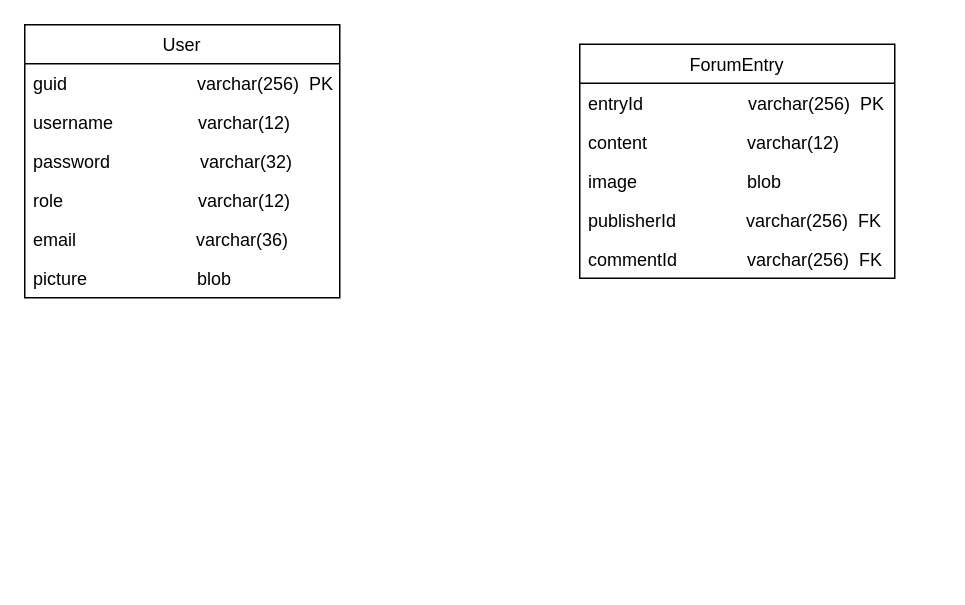
Above: Diagrama ER.drawio in Skyware-Developer/software3-apuntes (draw.io), before the change. Source tidied: cells renumbered, new cells numbered last; positions are measured from the earlier drawing's top-left corner, leaving out a move shared by most shapes. Both pictures are drawn from the tidied source at 150%, with x=0, y=0 at pixel (24, 24).
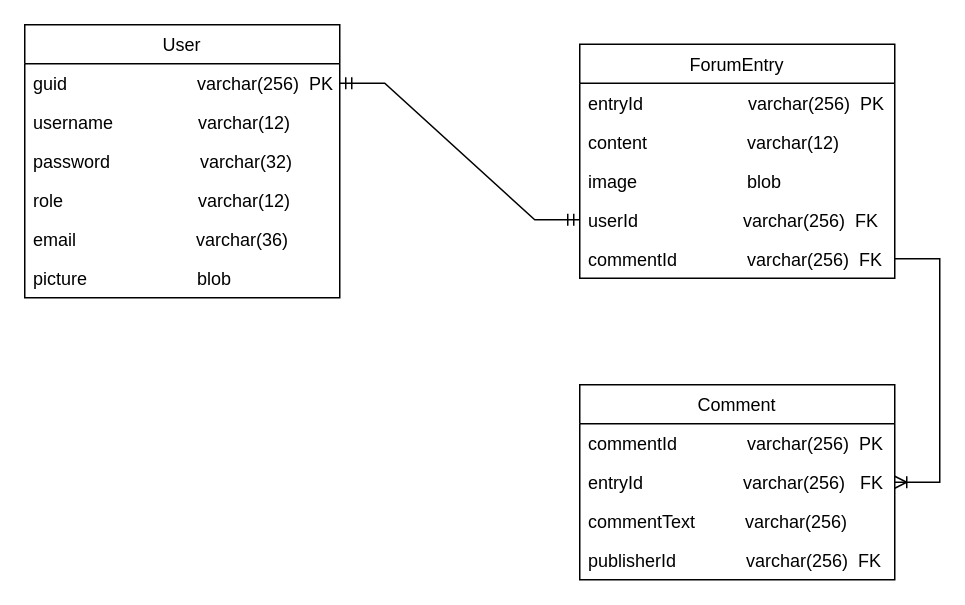
After the change.

Unchanged cells that the change refers to:
```xml
<mxCell id="3" value="guid                          varchar(256)  PK" style="text;strokeColor=none;fillColor=none;align=left;verticalAlign=top;spacingLeft=4;spacingRight=4;overflow=hidden;points=[[0,0.5],[1,0.5]];portConstraint=eastwest;" parent="2" vertex="1">
  <mxGeometry y="26" width="210" height="26" as="geometry" />
</mxCell>
<mxCell id="9" value="ForumEntry" style="swimlane;fontStyle=0;horizontal=1;startSize=26;fillColor=none;" parent="1" vertex="1">
  <mxGeometry x="370" y="13" width="210" height="156" as="geometry" />
</mxCell>
<mxCell id="14" value="commentId              varchar(256)  FK" style="text;strokeColor=none;fillColor=none;align=left;verticalAlign=top;spacingLeft=4;spacingRight=4;overflow=hidden;points=[[0,0.5],[1,0.5]];portConstraint=eastwest;" parent="9" vertex="1">
  <mxGeometry y="130" width="210" height="26" as="geometry" />
</mxCell>
```

The edit, as a diff of the source:
```diff
@@
-    <mxCell id="13" value="publisherId              varchar(256)  FK" style="text;strokeColor=none;fillColor=none;align=left;verticalAlign=top;spacingLeft=4;spacingRight=4;overflow=hidden;points=[[0,0.5],[1,0.5]];portConstraint=eastwest;" parent="9" vertex="1">
+    <mxCell id="13" value="userId                     varchar(256)  FK" style="text;strokeColor=none;fillColor=none;align=left;verticalAlign=top;spacingLeft=4;spacingRight=4;overflow=hidden;points=[[0,0.5],[1,0.5]];portConstraint=eastwest;" parent="9" vertex="1">
       <mxGeometry y="104" width="210" height="26" as="geometry" />
     </mxCell>
@@
+    <mxCell id="15" style="edgeStyle=entityRelationEdgeStyle;fontSize=12;html=1;endArrow=ERmandOne;startArrow=ERmandOne;rounded=0;entryX=0;entryY=0.5;entryDx=0;entryDy=0;exitX=1;exitY=0.5;exitDx=0;exitDy=0;" parent="1" edge="1" source="3" target="13">
+      <mxGeometry relative="1" as="geometry" />
+    </mxCell>
+    <mxCell id="16" value="Comment" style="swimlane;fontStyle=0;horizontal=1;startSize=26;fillColor=none;" parent="1" vertex="1">
+      <mxGeometry x="370" y="240" width="210" height="130" as="geometry" />
+    </mxCell>
+    <mxCell id="17" value="commentId              varchar(256)  PK" style="text;strokeColor=none;fillColor=none;align=left;verticalAlign=top;spacingLeft=4;spacingRight=4;overflow=hidden;" parent="16" vertex="1">
+      <mxGeometry y="26" width="210" height="26" as="geometry" />
+    </mxCell>
+    <mxCell id="18" value="entryId                    varchar(256)   FK" style="text;strokeColor=none;fillColor=none;align=left;verticalAlign=top;spacingLeft=4;spacingRight=4;overflow=hidden;points=[[0,0.5],[1,0.5]];portConstraint=eastwest;" parent="16" vertex="1">
+      <mxGeometry y="52" width="210" height="26" as="geometry" />
+    </mxCell>
+    <mxCell id="19" value="commentText          varchar(256) " style="text;strokeColor=none;fillColor=none;align=left;verticalAlign=top;spacingLeft=4;spacingRight=4;overflow=hidden;" parent="16" vertex="1">
+      <mxGeometry y="78" width="210" height="26" as="geometry" />
+    </mxCell>
+    <mxCell id="20" value="publisherId              varchar(256)  FK" style="text;strokeColor=none;fillColor=none;align=left;verticalAlign=top;spacingLeft=4;spacingRight=4;overflow=hidden;" parent="16" vertex="1">
+      <mxGeometry y="104" width="210" height="26" as="geometry" />
+    </mxCell>
+    <mxCell id="21" style="edgeStyle=entityRelationEdgeStyle;fontSize=12;html=1;endArrow=ERoneToMany;rounded=0;entryX=1;entryY=0.5;entryDx=0;entryDy=0;" parent="1" edge="1" source="14" target="18">
+      <mxGeometry relative="1" as="geometry" />
+    </mxCell>
```
